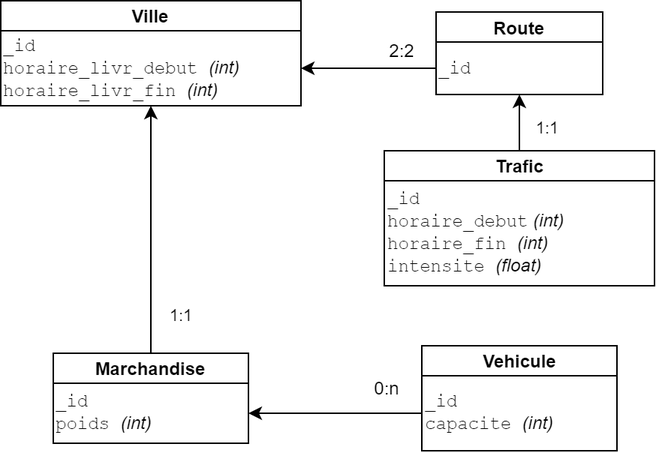
Above: Modèle de données.png in HugoLeBoennec/projetData (draw.io), before the change. Source tidied: cells renumbered, new cells last; positions are measured from the earlier drawing's top-left corner, leaving out a move shared by most shapes.
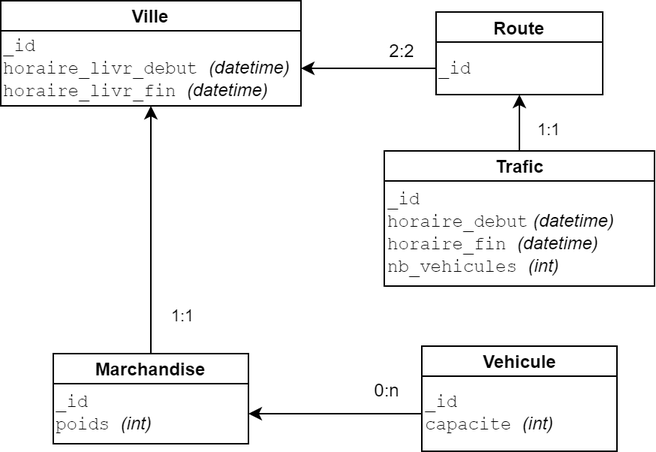
The same diagram one commit later.

What changed in the source:
```diff
@@ -5,7 +5,7 @@
     <mxCell id="2" value="Ville" style="rounded=0;whiteSpace=wrap;html=1;fontStyle=1;" parent="1" vertex="1">
       <mxGeometry width="200" height="20" as="geometry" />
     </mxCell>
-    <mxCell id="3" value="_id&lt;br&gt;horaire_livr_debut&amp;nbsp;&lt;i style=&quot;font-family: &amp;#34;helvetica&amp;#34;&quot;&gt;(int)&lt;/i&gt;&lt;br&gt;horaire_livr_fin &lt;font face=&quot;Helvetica&quot;&gt;&lt;i&gt;(int)&lt;/i&gt;&lt;/font&gt;" style="rounded=0;whiteSpace=wrap;html=1;align=left;fontFamily=Courier New;" parent="1" vertex="1">
+    <mxCell id="3" value="_id&lt;br&gt;horaire_livr_debut&amp;nbsp;&lt;i style=&quot;font-family: &amp;#34;helvetica&amp;#34;&quot;&gt;(&lt;/i&gt;&lt;i style=&quot;font-family: &amp;#34;helvetica&amp;#34;&quot;&gt;datetime&lt;/i&gt;&lt;i style=&quot;font-family: &amp;#34;helvetica&amp;#34;&quot;&gt;)&lt;/i&gt;&lt;br&gt;horaire_livr_fin &lt;font face=&quot;Helvetica&quot;&gt;&lt;i&gt;(&lt;/i&gt;&lt;/font&gt;&lt;i style=&quot;font-family: &amp;#34;helvetica&amp;#34;&quot;&gt;datetime&lt;/i&gt;&lt;font face=&quot;Helvetica&quot;&gt;&lt;i&gt;)&lt;/i&gt;&lt;/font&gt;" style="rounded=0;whiteSpace=wrap;html=1;align=left;fontFamily=Courier New;" parent="1" vertex="1">
       <mxGeometry y="20" width="200" height="50" as="geometry" />
     </mxCell>
     <mxCell id="4" value="Route" style="rounded=0;whiteSpace=wrap;html=1;fontStyle=1;" parent="1" vertex="1">
@@ -50,7 +50,7 @@
     <mxCell id="14" value="Trafic" style="rounded=0;whiteSpace=wrap;html=1;fontStyle=1;" parent="1" vertex="1">
       <mxGeometry x="255.5" y="100" width="180" height="20" as="geometry" />
     </mxCell>
-    <mxCell id="15" value="_id&lt;br&gt;horaire_debut&lt;i style=&quot;font-family: &amp;#34;helvetica&amp;#34;&quot;&gt;&amp;nbsp;(int)&lt;/i&gt;&lt;br&gt;horaire_fin &lt;font face=&quot;Helvetica&quot;&gt;&lt;i&gt;(int)&lt;br&gt;&lt;/i&gt;&lt;/font&gt;intensite&amp;nbsp;&lt;font face=&quot;Helvetica&quot;&gt;&lt;i&gt;(float)&lt;/i&gt;&lt;/font&gt;&lt;font face=&quot;Helvetica&quot;&gt;&lt;i&gt;&lt;br&gt;&lt;/i&gt;&lt;/font&gt;" style="rounded=0;whiteSpace=wrap;html=1;align=left;fontFamily=Courier New;" parent="1" vertex="1">
+    <mxCell id="15" value="_id&lt;br&gt;horaire_debut&lt;i style=&quot;font-family: &amp;#34;helvetica&amp;#34;&quot;&gt;&amp;nbsp;(datetime)&lt;/i&gt;&lt;br&gt;horaire_fin &lt;font face=&quot;Helvetica&quot;&gt;&lt;i&gt;(datetime)&lt;br&gt;&lt;/i&gt;&lt;/font&gt;nb_vehicules&amp;nbsp;&lt;font face=&quot;Helvetica&quot;&gt;&lt;i&gt;(int)&lt;/i&gt;&lt;/font&gt;&lt;font face=&quot;Helvetica&quot;&gt;&lt;i&gt;&lt;br&gt;&lt;/i&gt;&lt;/font&gt;" style="rounded=0;whiteSpace=wrap;html=1;align=left;fontFamily=Courier New;" parent="1" vertex="1">
       <mxGeometry x="255.5" y="120" width="180" height="70" as="geometry" />
     </mxCell>
     <mxCell id="16" style="endArrow=classic;html=1;fontFamily=Courier New;" parent="1" edge="1" source="5" target="3">
```
